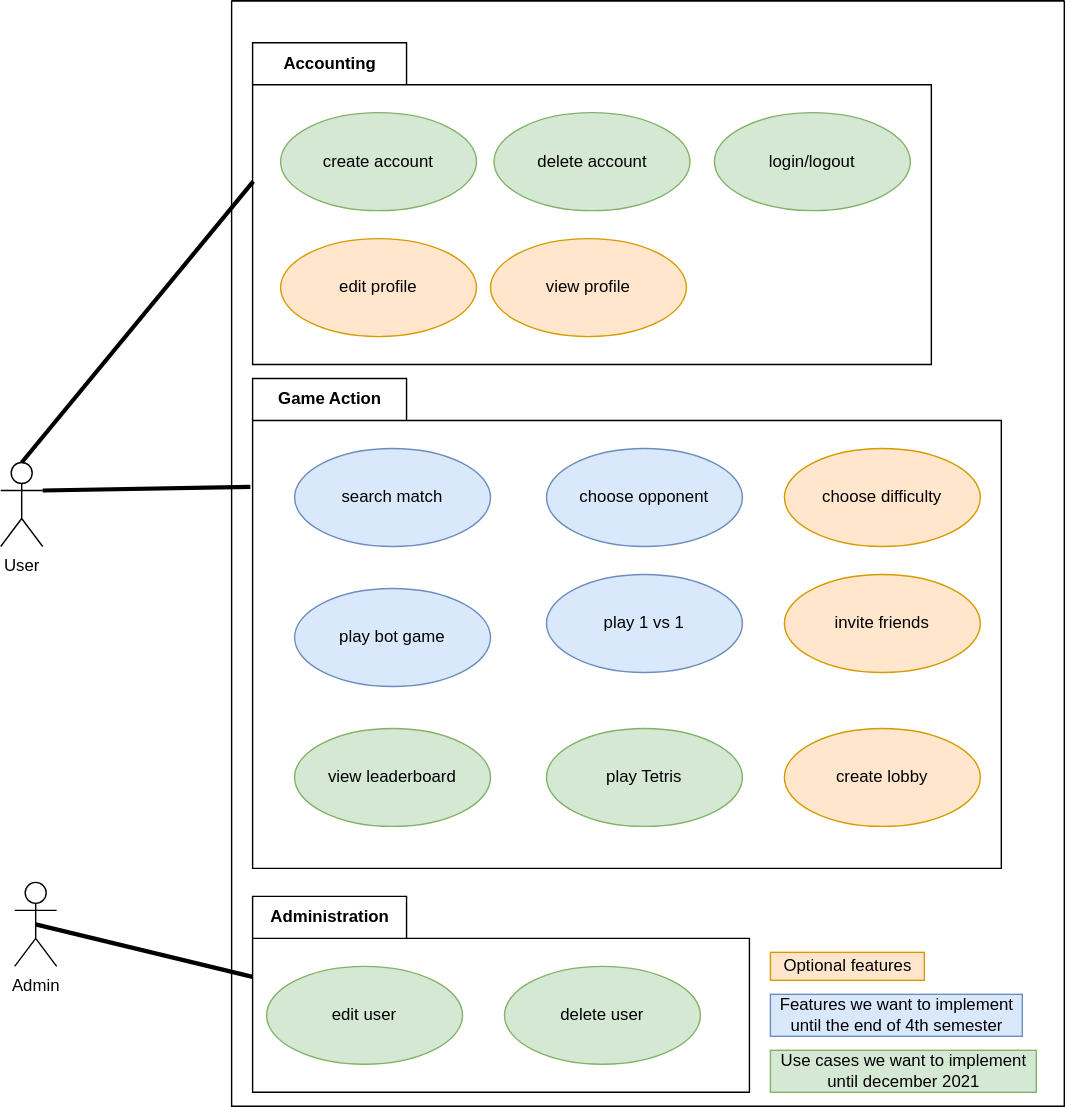
The draw.io diagram docs/diagrams/UML-use-case-diagram.drawio.svg in 13TRIS/13TRIS, before a commit. Source tidied: cells renumbered, new cells last; positions are measured from the earlier drawing's top-left corner, leaving out a move shared by most shapes.
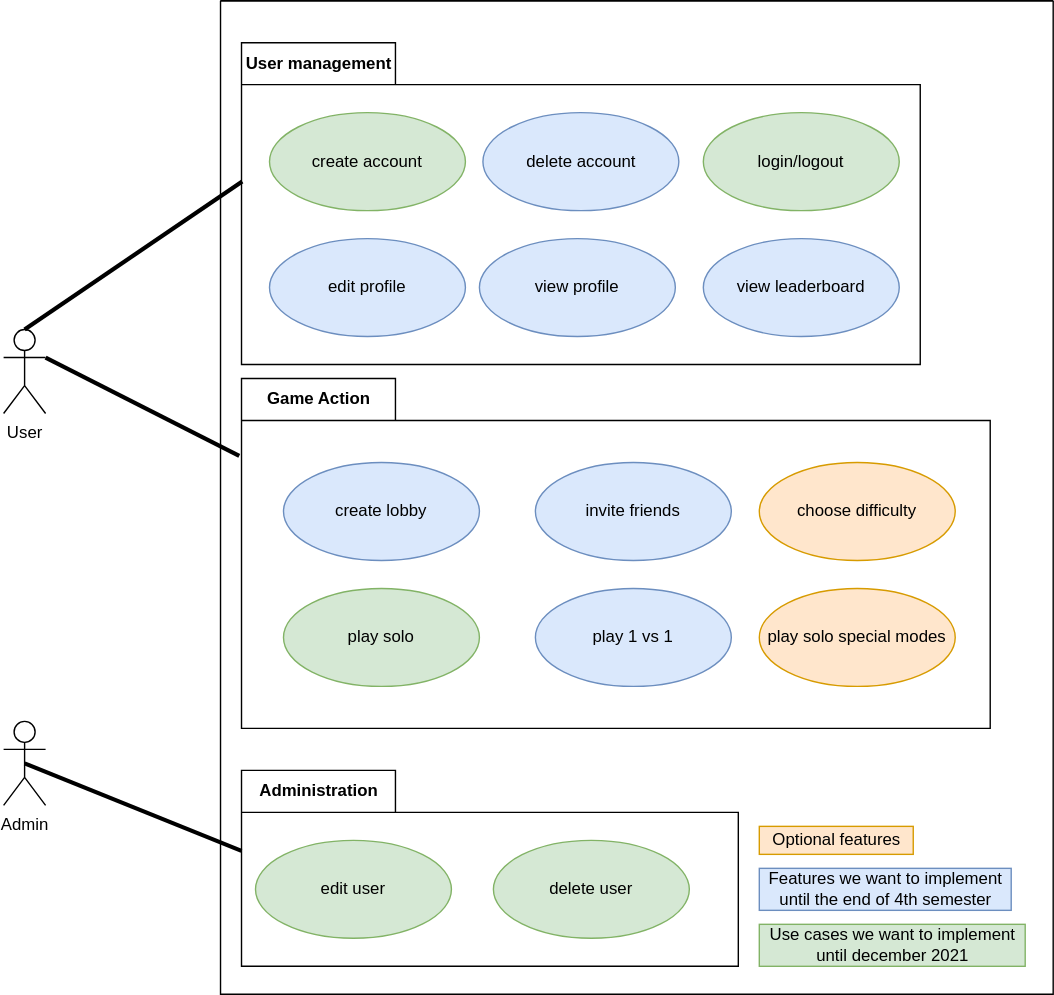
The same diagram one commit later.

Diff of the diagram source:
```diff
@@ -3,10 +3,10 @@
     <mxCell id="0" />
     <mxCell id="1" parent="0" />
     <mxCell id="2" style="swimlane;startSize=0;" parent="1" vertex="1">
-      <mxGeometry x="165" width="595" height="790" as="geometry" />
+      <mxGeometry x="190" y="-85" width="595" height="710" as="geometry" />
     </mxCell>
     <mxCell id="3" value="Administration" style="shape=folder;fontStyle=1;tabWidth=110;tabHeight=30;tabPosition=left;html=1;boundedLbl=1;labelInHeader=1;" parent="2" vertex="1">
-      <mxGeometry x="15" y="640" width="355" height="140" as="geometry" />
+      <mxGeometry x="15" y="550" width="355" height="140" as="geometry" />
     </mxCell>
     <mxCell id="4" value="edit user" style="ellipse;whiteSpace=wrap;html=1;fillColor=#d5e8d4;strokeColor=#82b366;" parent="3" vertex="1">
       <mxGeometry x="10" y="50" width="140" height="70" as="geometry" />
@@ -14,65 +14,59 @@
     <mxCell id="5" value="delete user" style="ellipse;whiteSpace=wrap;html=1;fillColor=#d5e8d4;strokeColor=#82b366;" parent="3" vertex="1">
       <mxGeometry x="180" y="50" width="140" height="70" as="geometry" />
     </mxCell>
-    <mxCell id="6" value="Accounting" style="shape=folder;fontStyle=1;tabWidth=110;tabHeight=30;tabPosition=left;html=1;boundedLbl=1;labelInHeader=1;" parent="2" vertex="1">
+    <mxCell id="6" value="User management" style="shape=folder;fontStyle=1;tabWidth=110;tabHeight=30;tabPosition=left;html=1;boundedLbl=1;labelInHeader=1;" parent="2" vertex="1">
       <mxGeometry x="15" y="30" width="485" height="230" as="geometry" />
     </mxCell>
     <mxCell id="7" value="create account" style="ellipse;whiteSpace=wrap;html=1;fillColor=#d5e8d4;strokeColor=#82b366;" parent="6" vertex="1">
       <mxGeometry x="20" y="50" width="140" height="70" as="geometry" />
     </mxCell>
-    <mxCell id="8" value="edit profile" style="ellipse;whiteSpace=wrap;html=1;fillColor=#ffe6cc;strokeColor=#d79b00;" parent="6" vertex="1">
+    <mxCell id="8" value="edit profile" style="ellipse;whiteSpace=wrap;html=1;fillColor=#dae8fc;strokeColor=#6c8ebf;" parent="6" vertex="1">
       <mxGeometry x="20" y="140" width="140" height="70" as="geometry" />
     </mxCell>
-    <mxCell id="9" value="view profile" style="ellipse;whiteSpace=wrap;html=1;fillColor=#ffe6cc;strokeColor=#d79b00;" parent="6" vertex="1">
+    <mxCell id="9" value="view profile" style="ellipse;whiteSpace=wrap;html=1;fillColor=#dae8fc;strokeColor=#6c8ebf;" parent="6" vertex="1">
       <mxGeometry x="170" y="140" width="140" height="70" as="geometry" />
     </mxCell>
+    <mxCell id="15" value="view leaderboard" style="ellipse;whiteSpace=wrap;html=1;fillColor=#dae8fc;strokeColor=#6c8ebf;" parent="6" vertex="1">
+      <mxGeometry x="330" y="140" width="140" height="70" as="geometry" />
+    </mxCell>
     <mxCell id="10" value="Game Action" style="shape=folder;fontStyle=1;tabWidth=110;tabHeight=30;tabPosition=left;html=1;boundedLbl=1;labelInHeader=1;" parent="2" vertex="1">
-      <mxGeometry x="15" y="270" width="535" height="350" as="geometry" />
+      <mxGeometry x="15" y="270" width="535" height="250" as="geometry" />
     </mxCell>
-    <mxCell id="11" value="play bot game" style="ellipse;whiteSpace=wrap;html=1;fillColor=#dae8fc;strokeColor=#6c8ebf;" parent="10" vertex="1">
+    <mxCell id="11" value="play solo" style="ellipse;whiteSpace=wrap;html=1;fillColor=#d5e8d4;strokeColor=#82b366;" parent="10" vertex="1">
       <mxGeometry x="30" y="150" width="140" height="70" as="geometry" />
     </mxCell>
-    <mxCell id="12" value="choose opponent" style="ellipse;whiteSpace=wrap;html=1;fillColor=#dae8fc;strokeColor=#6c8ebf;" parent="10" vertex="1">
-      <mxGeometry x="210" y="50" width="140" height="70" as="geometry" />
+    <mxCell id="12" value="choose difficulty" style="ellipse;whiteSpace=wrap;html=1;fillColor=#ffe6cc;strokeColor=#d79b00;" parent="10" vertex="1">
+      <mxGeometry x="370" y="60" width="140" height="70" as="geometry" />
     </mxCell>
-    <mxCell id="13" value="search match" style="ellipse;whiteSpace=wrap;html=1;fillColor=#dae8fc;strokeColor=#6c8ebf;" parent="10" vertex="1">
-      <mxGeometry x="30" y="50" width="140" height="70" as="geometry" />
-    </mxCell>
     <mxCell id="14" value="play 1 vs 1" style="ellipse;whiteSpace=wrap;html=1;fillColor=#dae8fc;strokeColor=#6c8ebf;" parent="10" vertex="1">
-      <mxGeometry x="210" y="140" width="140" height="70" as="geometry" />
+      <mxGeometry x="210" y="150" width="140" height="70" as="geometry" />
     </mxCell>
-    <mxCell id="15" value="view leaderboard" style="ellipse;whiteSpace=wrap;html=1;fillColor=#d5e8d4;strokeColor=#82b366;" parent="10" vertex="1">
-      <mxGeometry x="30" y="250" width="140" height="70" as="geometry" />
-    </mxCell>
-    <mxCell id="16" value="play Tetris" style="ellipse;whiteSpace=wrap;html=1;fillColor=#d5e8d4;strokeColor=#82b366;" parent="10" vertex="1">
-      <mxGeometry x="210" y="250" width="140" height="70" as="geometry" />
+    <mxCell id="16" value="play solo special modes" style="ellipse;whiteSpace=wrap;html=1;fillColor=#ffe6cc;strokeColor=#d79b00;" parent="10" vertex="1">
+      <mxGeometry x="370" y="150" width="140" height="70" as="geometry" />
     </mxCell>
-    <mxCell id="17" value="choose difficulty" style="ellipse;whiteSpace=wrap;html=1;fillColor=#ffe6cc;strokeColor=#d79b00;" parent="10" vertex="1">
-      <mxGeometry x="380" y="50" width="140" height="70" as="geometry" />
-    </mxCell>
-    <mxCell id="18" value="invite friends" style="ellipse;whiteSpace=wrap;html=1;fillColor=#ffe6cc;strokeColor=#d79b00;" parent="10" vertex="1">
-      <mxGeometry x="380" y="140" width="140" height="70" as="geometry" />
+    <mxCell id="18" value="invite friends" style="ellipse;whiteSpace=wrap;html=1;fillColor=#dae8fc;strokeColor=#6c8ebf;" parent="10" vertex="1">
+      <mxGeometry x="210" y="60" width="140" height="70" as="geometry" />
     </mxCell>
+    <mxCell id="22" value="create lobby" style="ellipse;whiteSpace=wrap;html=1;fillColor=#dae8fc;strokeColor=#6c8ebf;" parent="10" vertex="1">
+      <mxGeometry x="30" y="60" width="140" height="70" as="geometry" />
+    </mxCell>
     <mxCell id="19" value="Use cases we want to implement&lt;br&gt;until december 2021" style="text;html=1;align=center;verticalAlign=middle;strokeColor=#82b366;fillColor=#d5e8d4;" parent="2" vertex="1">
-      <mxGeometry x="385" y="750" width="190" height="30" as="geometry" />
+      <mxGeometry x="385" y="660" width="190" height="30" as="geometry" />
     </mxCell>
     <mxCell id="20" value="Optional features" style="text;html=1;align=center;verticalAlign=middle;strokeColor=#d79b00;fillColor=#ffe6cc;" parent="2" vertex="1">
-      <mxGeometry x="385" y="680" width="110" height="20" as="geometry" />
+      <mxGeometry x="385" y="590" width="110" height="20" as="geometry" />
     </mxCell>
     <mxCell id="21" value="Features we want to implement &lt;br&gt;until the end of 4th semester" style="text;html=1;align=center;verticalAlign=middle;strokeColor=#6c8ebf;fillColor=#dae8fc;" parent="2" vertex="1">
-      <mxGeometry x="385" y="710" width="180" height="30" as="geometry" />
+      <mxGeometry x="385" y="620" width="180" height="30" as="geometry" />
     </mxCell>
-    <mxCell id="22" value="create lobby" style="ellipse;whiteSpace=wrap;html=1;fillColor=#ffe6cc;strokeColor=#d79b00;" parent="2" vertex="1">
-      <mxGeometry x="395" y="520" width="140" height="70" as="geometry" />
-    </mxCell>
     <mxCell id="23" value="login/logout" style="ellipse;whiteSpace=wrap;html=1;fillColor=#d5e8d4;strokeColor=#82b366;" parent="2" vertex="1">
       <mxGeometry x="345" y="80" width="140" height="70" as="geometry" />
     </mxCell>
-    <mxCell id="24" value="delete account" style="ellipse;whiteSpace=wrap;html=1;fillColor=#d5e8d4;strokeColor=#82b366;" parent="2" vertex="1">
+    <mxCell id="24" value="delete account" style="ellipse;whiteSpace=wrap;html=1;fillColor=#dae8fc;strokeColor=#6c8ebf;" parent="2" vertex="1">
       <mxGeometry x="187.5" y="80" width="140" height="70" as="geometry" />
     </mxCell>
     <mxCell id="25" value="User" style="shape=umlActor;verticalLabelPosition=bottom;verticalAlign=top;html=1;outlineConnect=0;" parent="1" vertex="1">
-      <mxGeometry y="330" width="30" height="60" as="geometry" />
+      <mxGeometry x="35" y="150" width="30" height="60" as="geometry" />
     </mxCell>
     <mxCell id="26" style="endArrow=none;startArrow=none;endFill=0;startFill=0;endSize=8;html=1;verticalAlign=bottom;labelBackgroundColor=none;strokeWidth=3;rounded=0;entryX=-0.003;entryY=0.221;entryDx=0;entryDy=0;entryPerimeter=0;exitX=1;exitY=0.3333333333333333;exitDx=0;exitDy=0;exitPerimeter=0;" parent="1" edge="1" source="25" target="10">
       <mxGeometry relative="1" as="geometry" />
@@ -81,7 +75,7 @@
       <mxGeometry relative="1" as="geometry" />
     </mxCell>
     <mxCell id="28" value="Admin" style="shape=umlActor;verticalLabelPosition=bottom;verticalAlign=top;html=1;" parent="1" vertex="1">
-      <mxGeometry x="10" y="630" width="30" height="60" as="geometry" />
+      <mxGeometry x="35" y="430" width="30" height="60" as="geometry" />
     </mxCell>
     <mxCell id="29" style="endArrow=none;startArrow=none;endFill=0;startFill=0;endSize=8;html=1;verticalAlign=bottom;labelBackgroundColor=none;strokeWidth=3;rounded=0;entryX=0;entryY=0;entryDx=0;entryDy=57.5;entryPerimeter=0;exitX=0.5;exitY=0.5;exitDx=0;exitDy=0;exitPerimeter=0;" parent="1" edge="1" source="28" target="3">
       <mxGeometry relative="1" as="geometry" />
```
